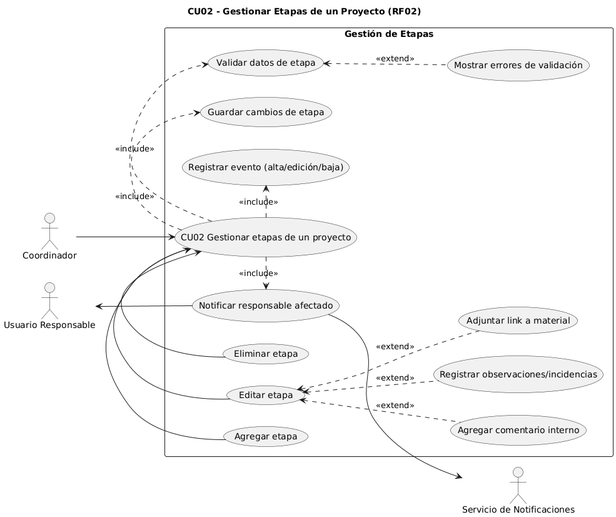
dantebiondi666-prog/SistemaProductoraVideos keeps this PlantUML diagram as diagramas/02-casos-de-uso/02-gestionar-etapas-caso-uso-02.png. Above is the earlier version.
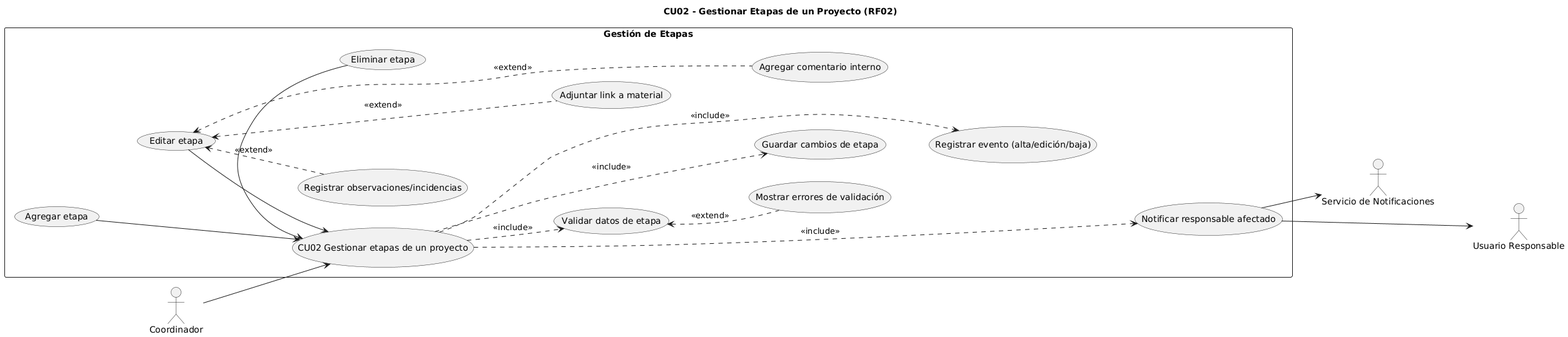
After the commit.

Diff of the diagram source:
```diff
@@ -1,7 +1,6 @@
 @startuml
 title CU02 - Gestionar Etapas de un Proyecto (RF02)
 left to right direction
-
 
 actor Coordinador
 actor "Usuario Responsable" as Responsable
@@ -9,32 +8,51 @@
 
 rectangle "Gestión de Etapas" {
   usecase "CU02 Gestionar etapas de un proyecto" as CU02
+
   usecase "Agregar etapa" as UC_Agregar
   usecase "Editar etapa"  as UC_Editar
   usecase "Eliminar etapa" as UC_Eliminar
   UC_Agregar -> CU02
   UC_Editar  -> CU02
   UC_Eliminar -> CU02
+
   usecase "Validar datos de etapa" as UC_Validar
   usecase "Guardar cambios de etapa" as UC_Guardar
   usecase "Registrar evento (alta/edición/baja)" as UC_Auditar
   usecase "Notificar responsable afectado" as UC_Notificar
   usecase "Mostrar errores de validación" as UC_Errores
+
   usecase "Registrar observaciones/incidencias" as UC_Obs
   usecase "Adjuntar link a material" as UC_Link
   usecase "Agregar comentario interno" as UC_Coment
+
+  UC_Agregar -[hidden]-> UC_Editar
+  UC_Editar  -[hidden]-> UC_Eliminar
+
+  CU02 -[hidden]-> UC_Validar
+  UC_Validar -[hidden]-> UC_Guardar
+  UC_Guardar -[hidden]-> UC_Auditar
+  UC_Auditar -[hidden]-> UC_Notificar
+
+  UC_Errores -[hidden]-> UC_Validar
+
+  UC_Obs  -[hidden]-> UC_Link
+  UC_Link -[hidden]-> UC_Coment
 }
 
 Coordinador --> CU02
 UC_Notificar --> Notif
 Responsable <-- UC_Notificar
+
 CU02 .> UC_Validar  : <<include>>
 CU02 .> UC_Guardar  : <<include>>
 CU02 .> UC_Auditar  : <<include>>
 CU02 .> UC_Notificar: <<include>>
 
 UC_Validar <.. UC_Errores : <<extend>>
-UC_Editar <.. UC_Obs   : <<extend>>
-UC_Editar <.. UC_Link  : <<extend>>
-UC_Editar <.. UC_Coment: <<extend>>
+UC_Editar  <.. UC_Obs     : <<extend>>
+UC_Editar  <.. UC_Link    : <<extend>>
+UC_Editar  <.. UC_Coment  : <<extend>>
+
+Notif -[hidden]-> Responsable
 @enduml
```
